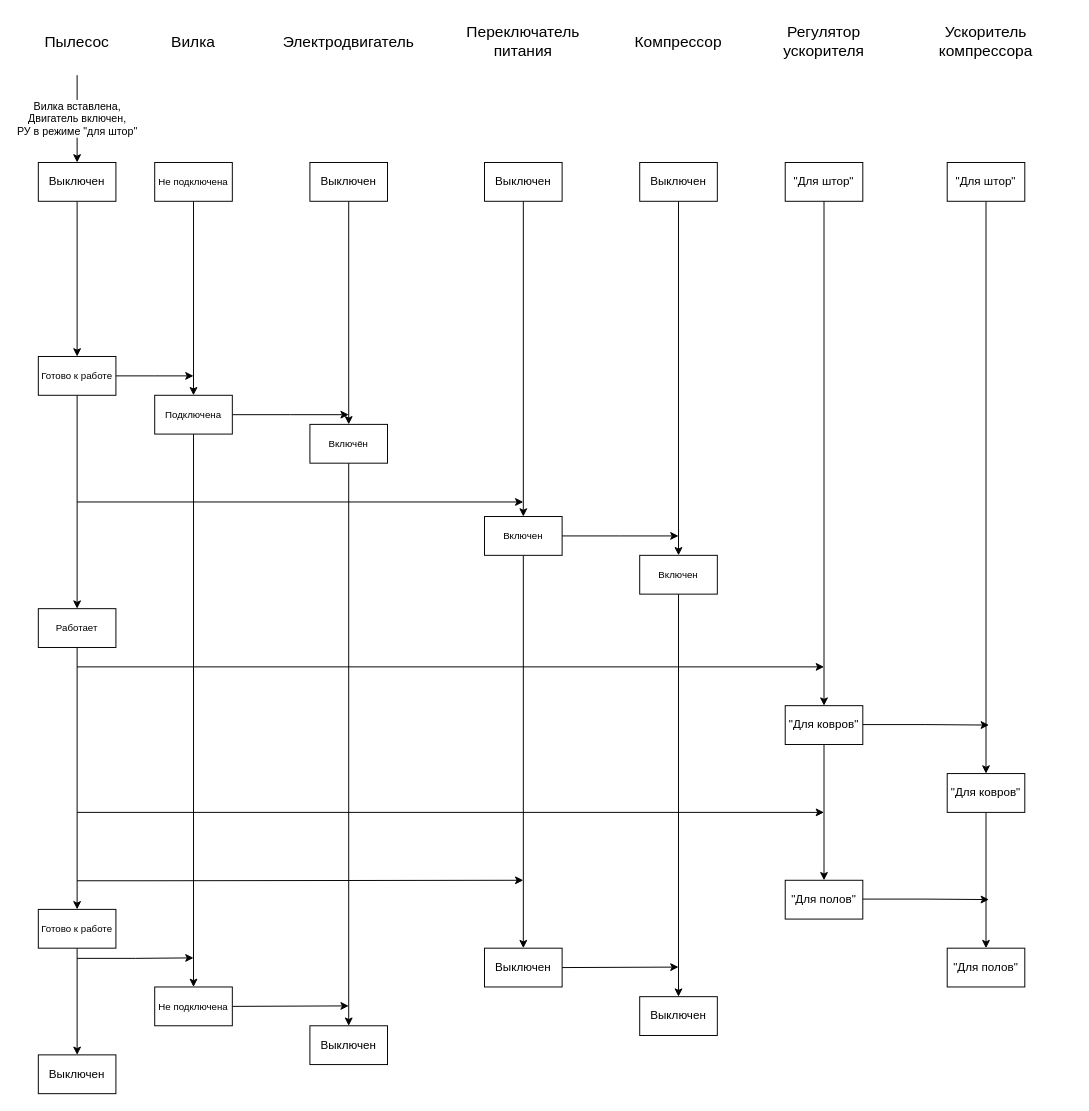
This is page "КУ" (4 of 5) of OOP/Lab_05/vacuum_cleaner.drawio from Yokud/4_sem_SE, a draw.io file, before an edit. Source tidied: cells renumbered, new cells numbered last; positions are measured from the earlier drawing's top-left corner, leaving out a move shared by most shapes. Both pictures are drawn from the tidied source at 97%, with x=0, y=0 at pixel (18, 16).
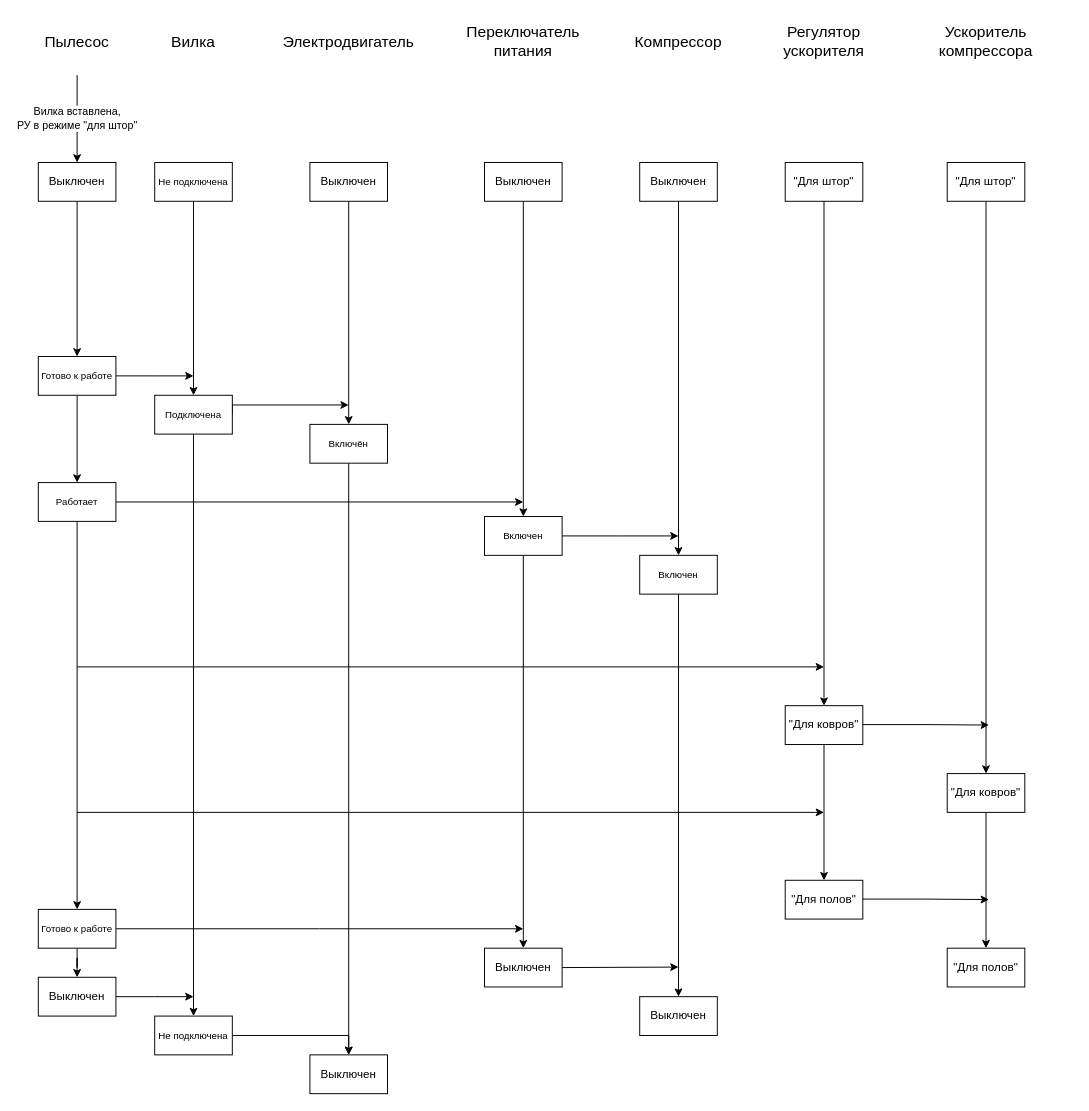
The same page after the edit.

The change refers to these unchanged cells:
```xml
<mxCell id="10" value="Выключен" style="rounded=0;whiteSpace=wrap;html=1;" parent="1" vertex="1">
  <mxGeometry x="20" y="150" width="80" height="40" as="geometry" />
</mxCell>
<mxCell id="26" value="&lt;font style=&quot;font-size: 10px&quot;&gt;Подключена&lt;/font&gt;" style="rounded=0;whiteSpace=wrap;html=1;" parent="1" vertex="1">
  <mxGeometry x="140" y="390" width="80" height="40" as="geometry" />
</mxCell>
<mxCell id="45" value="&lt;span style=&quot;font-size: 10px&quot;&gt;Готово к работе&lt;/span&gt;" style="rounded=0;whiteSpace=wrap;html=1;" parent="1" vertex="1">
  <mxGeometry x="20" y="920" width="80" height="40" as="geometry" />
</mxCell>
```

Change to the diagram source:
```diff
@@
-    <mxCell id="11" value="Вилка вставлена,&lt;br&gt;Двигатель включен,&lt;br&gt;РУ в режиме &quot;для штор&quot;" style="endArrow=classic;html=1;entryX=0.5;entryY=0;entryDx=0;entryDy=0;" parent="1" edge="1" target="10">
+    <mxCell id="11" value="Вилка вставлена,&lt;br&gt;РУ в режиме &quot;для штор&quot;" style="endArrow=classic;html=1;entryX=0.5;entryY=0;entryDx=0;entryDy=0;" parent="1" edge="1" target="10">
       <mxGeometry relative="1" as="geometry">
         <mxPoint x="60" y="60" as="sourcePoint" />
       </mxGeometry>
     </mxCell>
@@
     <mxCell id="24" style="edgeStyle=orthogonalEdgeStyle;rounded=0;jettySize=auto;html=1;exitX=1;exitY=0.5;exitDx=0;exitDy=0;" parent="1" edge="1" source="26">
       <mxGeometry relative="1" as="geometry">
-        <mxPoint x="340" y="410" as="targetPoint" />
+        <mxPoint x="340" y="400" as="targetPoint" />
+        <Array as="points">
+          <mxPoint x="220" y="400" />
+          <mxPoint x="340" y="400" />
+        </Array>
       </mxGeometry>
     </mxCell>
@@
     <mxCell id="36" value="&lt;span style=&quot;font-size: 10px&quot;&gt;Работает&lt;/span&gt;" style="rounded=0;whiteSpace=wrap;html=1;" parent="1" vertex="1">
-      <mxGeometry x="20" y="610" width="80" height="40" as="geometry" />
+      <mxGeometry x="20" y="480" width="80" height="40" as="geometry" />
     </mxCell>
     <mxCell id="37" style="endArrow=classic;html=1;" parent="1" edge="1">
       <mxGeometry relative="1" as="geometry">
-        <mxPoint x="60" y="500" as="sourcePoint" />
+        <mxPoint x="100" y="500" as="sourcePoint" />
         <mxPoint x="520" y="500" as="targetPoint" />
       </mxGeometry>
     </mxCell>
@@
+    <mxCell id="61" style="edgeStyle=orthogonalEdgeStyle;rounded=0;jettySize=auto;html=1;exitX=1;exitY=0.5;exitDx=0;exitDy=0;" parent="1" edge="1" source="40">
+      <mxGeometry relative="1" as="geometry">
+        <mxPoint x="180" y="1010" as="targetPoint" />
+      </mxGeometry>
+    </mxCell>
     <mxCell id="40" value="Выключен" style="rounded=0;whiteSpace=wrap;html=1;" parent="1" vertex="1">
-      <mxGeometry x="20" y="1070" width="80" height="40" as="geometry" />
+      <mxGeometry x="20" y="990" width="80" height="40" as="geometry" />
     </mxCell>
@@
+    <mxCell id="62" style="edgeStyle=orthogonalEdgeStyle;rounded=0;jettySize=auto;html=1;exitX=1;exitY=0.5;exitDx=0;exitDy=0;" parent="1" edge="1" source="45">
+      <mxGeometry relative="1" as="geometry">
+        <mxPoint x="520" y="940" as="targetPoint" />
+      </mxGeometry>
+    </mxCell>
@@
     <mxCell id="56" value="Выключен" style="rounded=0;whiteSpace=wrap;html=1;" parent="1" vertex="1">
-      <mxGeometry x="300" y="1040" width="80" height="40" as="geometry" />
+      <mxGeometry x="300" y="1070" width="80" height="40" as="geometry" />
     </mxCell>
-    <mxCell id="57" style="edgeStyle=orthogonalEdgeStyle;rounded=0;jettySize=auto;html=1;exitX=1;exitY=0.5;exitDx=0;exitDy=0;" parent="1" edge="1" source="58">
-      <mxGeometry relative="1" as="geometry">
-        <mxPoint x="340" y="1019.5" as="targetPoint" />
-      </mxGeometry>
+    <mxCell id="57" style="edgeStyle=orthogonalEdgeStyle;rounded=0;jettySize=auto;html=1;exitX=1;exitY=0.5;exitDx=0;exitDy=0;entryX=0.5;entryY=0;entryDx=0;entryDy=0;" parent="1" edge="1" source="58" target="56">
+      <mxGeometry relative="1" as="geometry" />
     </mxCell>
     <mxCell id="58" value="&lt;font style=&quot;font-size: 10px&quot;&gt;Не подключена&lt;/font&gt;" style="rounded=0;whiteSpace=wrap;html=1;" parent="1" vertex="1">
-      <mxGeometry x="140" y="1000" width="80" height="40" as="geometry" />
+      <mxGeometry x="140" y="1030" width="80" height="40" as="geometry" />
     </mxCell>
-    <mxCell id="59" style="edgeStyle=orthogonalEdgeStyle;rounded=0;orthogonalLoop=1;jettySize=auto;html=1;exitX=1;exitY=0.5;exitDx=0;exitDy=0;" parent="1" edge="1">
-      <mxGeometry relative="1" as="geometry">
-        <mxPoint x="60" y="970.5" as="sourcePoint" />
-        <mxPoint x="180" y="970" as="targetPoint" />
-        <Array as="points">
-          <mxPoint x="120" y="971" />
-          <mxPoint x="180" y="970" />
-        </Array>
-      </mxGeometry>
-    </mxCell>
-    <mxCell id="60" style="edgeStyle=orthogonalEdgeStyle;rounded=0;orthogonalLoop=1;jettySize=auto;html=1;exitX=1;exitY=0.5;exitDx=0;exitDy=0;" parent="1" edge="1">
-      <mxGeometry relative="1" as="geometry">
-        <mxPoint x="60" y="890.5" as="sourcePoint" />
-        <mxPoint x="520" y="890" as="targetPoint" />
-        <Array as="points">
-          <mxPoint x="130" y="890" />
-        </Array>
-      </mxGeometry>
-    </mxCell>
```
